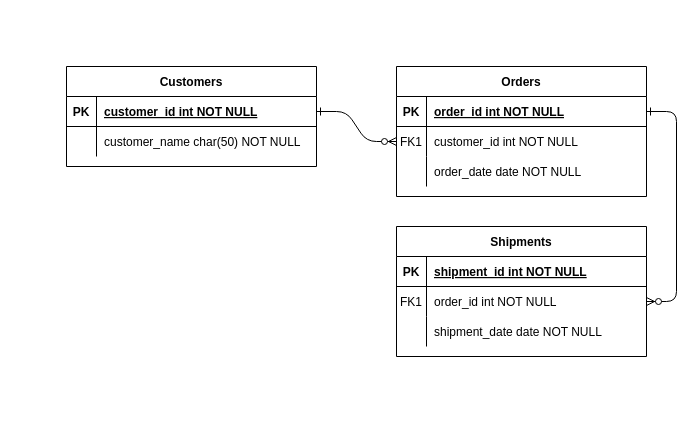
The draw.io diagram Untitled Diagram.drawio in SiphosethuMsengeni/SiphosethuMsengeni, before the edit. Source tidied: cells renumbered, new cells numbered last; positions are measured from the earlier drawing's top-left corner, leaving out a move shared by most shapes. Both pictures are drawn from the tidied source at 100%, with x=0, y=0 at pixel (66, 66).
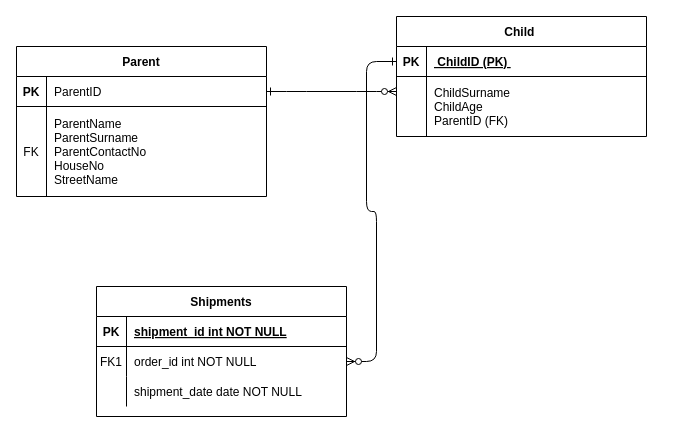
Above is the later version.

The change refers to these unchanged cells:
```xml
<mxCell id="5" style="shape=partialRectangle;fillColor=none;points=[[0,0.5],[1,0.5]];portConstraint=eastwest;top=0;left=0;right=0;bottom=1;" parent="4" vertex="1">
  <mxGeometry y="30" width="250" height="30" as="geometry" />
</mxCell>
<mxCell id="25" style="shape=partialRectangle;fillColor=none;points=[[0,0.5],[1,0.5]];portConstraint=eastwest;top=0;left=0;right=0;bottom=1;" parent="24" vertex="1">
  <mxGeometry y="30" width="250" height="30" as="geometry" />
</mxCell>
```

Diff of the diagram source:
```diff
@@
-    <mxCell id="2" style="edgeStyle=entityRelationEdgeStyle;endArrow=ERzeroToMany;startArrow=ERone;endFill=1;startFill=0;" parent="1" edge="1" source="25" target="8">
-      <mxGeometry relative="1" as="geometry" />
+    <mxCell id="2" style="edgeStyle=entityRelationEdgeStyle;endArrow=ERzeroToMany;startArrow=ERone;endFill=1;startFill=0;" parent="1" edge="1" source="25">
+      <mxGeometry relative="1" as="geometry">
+        <mxPoint x="330" y="25" as="targetPoint" />
+      </mxGeometry>
     </mxCell>
@@
-    <mxCell id="4" value="Orders" style="shape=table;startSize=30;childLayout=tableLayout;rowLines=0;fontStyle=1;align=center;" parent="1" vertex="1">
-      <mxGeometry x="330" width="250" height="130" as="geometry" />
+    <mxCell id="4" value="Child " style="shape=table;startSize=30;childLayout=tableLayout;rowLines=0;fontStyle=1;align=center;strokeWidth=1;" parent="1" vertex="1">
+      <mxGeometry x="330" y="-50" width="250" height="120" as="geometry" />
     </mxCell>
@@
-    <mxCell id="7" value="order_id int NOT NULL " style="shape=partialRectangle;overflow=hidden;fillColor=none;top=0;left=0;bottom=0;right=0;align=left;spacingLeft=6;fontStyle=5;" parent="5" vertex="1">
+    <mxCell id="7" value=" ChildID (PK) " style="shape=partialRectangle;overflow=hidden;fillColor=none;top=0;left=0;bottom=0;right=0;align=left;spacingLeft=6;fontStyle=5;" parent="5" vertex="1">
       <mxGeometry x="30" width="220" height="30" as="geometry" />
     </mxCell>
-    <mxCell id="8" style="shape=partialRectangle;fillColor=none;points=[[0,0.5],[1,0.5]];portConstraint=eastwest;top=0;left=0;right=0;bottom=0;" parent="4" vertex="1">
-      <mxGeometry y="60" width="250" height="30" as="geometry" />
-    </mxCell>
-    <mxCell id="9" value="FK1" style="shape=partialRectangle;overflow=hidden;fillColor=none;top=0;left=0;bottom=0;right=0;" parent="8" vertex="1">
-      <mxGeometry width="30" height="30" as="geometry" />
-    </mxCell>
-    <mxCell id="10" value="customer_id int NOT NULL" style="shape=partialRectangle;overflow=hidden;fillColor=none;top=0;left=0;bottom=0;right=0;align=left;spacingLeft=6;" parent="8" vertex="1">
-      <mxGeometry x="30" width="220" height="30" as="geometry" />
-    </mxCell>
     <mxCell id="11" style="shape=partialRectangle;fillColor=none;top=0;left=0;right=0;bottom=0;" parent="4" vertex="1">
-      <mxGeometry y="90" width="250" height="30" as="geometry" />
+      <mxGeometry y="60" width="250" height="60" as="geometry" />
     </mxCell>
     <mxCell id="12" style="shape=partialRectangle;overflow=hidden;fillColor=none;top=0;left=0;bottom=0;right=0;" parent="11" vertex="1">
-      <mxGeometry width="30" height="30" as="geometry" />
+      <mxGeometry width="30" height="60" as="geometry" />
     </mxCell>
-    <mxCell id="13" value="order_date date NOT NULL" style="shape=partialRectangle;overflow=hidden;fillColor=none;top=0;left=0;bottom=0;right=0;align=left;spacingLeft=6;" parent="11" vertex="1">
-      <mxGeometry x="30" width="220" height="30" as="geometry" />
+    <mxCell id="13" value="ChildSurname &#10;ChildAge&#10;ParentID (FK)  " style="shape=partialRectangle;overflow=hidden;fillColor=none;top=0;left=0;bottom=0;right=0;align=left;spacingLeft=6;" parent="11" vertex="1">
+      <mxGeometry x="30" width="220" height="60" as="geometry" />
     </mxCell>
     <mxCell id="14" value="Shipments" style="shape=table;startSize=30;childLayout=tableLayout;rowLines=0;fontStyle=1;align=center;" parent="1" vertex="1">
-      <mxGeometry x="330" y="160" width="250" height="130" as="geometry" />
+      <mxGeometry x="30" y="220" width="250" height="130" as="geometry" />
     </mxCell>
@@
-    <mxCell id="24" value="Customers" style="shape=table;startSize=30;childLayout=tableLayout;rowLines=0;fontStyle=1;align=center;" parent="1" vertex="1">
-      <mxGeometry width="250" height="100" as="geometry" />
+    <mxCell id="24" value="Parent" style="shape=table;startSize=30;childLayout=tableLayout;rowLines=0;fontStyle=1;align=center;" parent="1" vertex="1">
+      <mxGeometry x="-50" y="-20" width="250" height="150" as="geometry" />
     </mxCell>
@@
-    <mxCell id="27" value="customer_id int NOT NULL " style="shape=partialRectangle;overflow=hidden;fillColor=none;top=0;left=0;bottom=0;right=0;align=left;spacingLeft=6;fontStyle=5;" parent="25" vertex="1">
+    <mxCell id="27" value="ParentID   " style="shape=partialRectangle;overflow=hidden;fillColor=none;top=0;left=0;bottom=0;right=0;align=left;spacingLeft=6;fontStyle=0;" parent="25" vertex="1">
       <mxGeometry x="30" width="220" height="30" as="geometry" />
     </mxCell>
     <mxCell id="28" style="shape=partialRectangle;fillColor=none;top=0;left=0;right=0;bottom=0;" parent="24" vertex="1">
-      <mxGeometry y="60" width="250" height="30" as="geometry" />
+      <mxGeometry y="60" width="250" height="90" as="geometry" />
     </mxCell>
-    <mxCell id="29" style="shape=partialRectangle;overflow=hidden;fillColor=none;top=0;left=0;bottom=0;right=0;" parent="28" vertex="1">
-      <mxGeometry width="30" height="30" as="geometry" />
+    <mxCell id="29" value="FK" style="shape=partialRectangle;overflow=hidden;fillColor=none;top=0;left=0;bottom=0;right=0;" parent="28" vertex="1">
+      <mxGeometry width="30" height="90" as="geometry" />
     </mxCell>
-    <mxCell id="30" value="customer_name char(50) NOT NULL" style="shape=partialRectangle;overflow=hidden;fillColor=none;top=0;left=0;bottom=0;right=0;align=left;spacingLeft=6;" parent="28" vertex="1">
-      <mxGeometry x="30" width="220" height="30" as="geometry" />
+    <mxCell id="30" value="ParentName&#10;ParentSurname&#10;ParentContactNo&#10;HouseNo&#10;StreetName  " style="shape=partialRectangle;overflow=hidden;fillColor=none;top=0;left=0;bottom=0;right=0;align=left;spacingLeft=6;" parent="28" vertex="1">
+      <mxGeometry x="30" width="220" height="90" as="geometry" />
     </mxCell>
```
